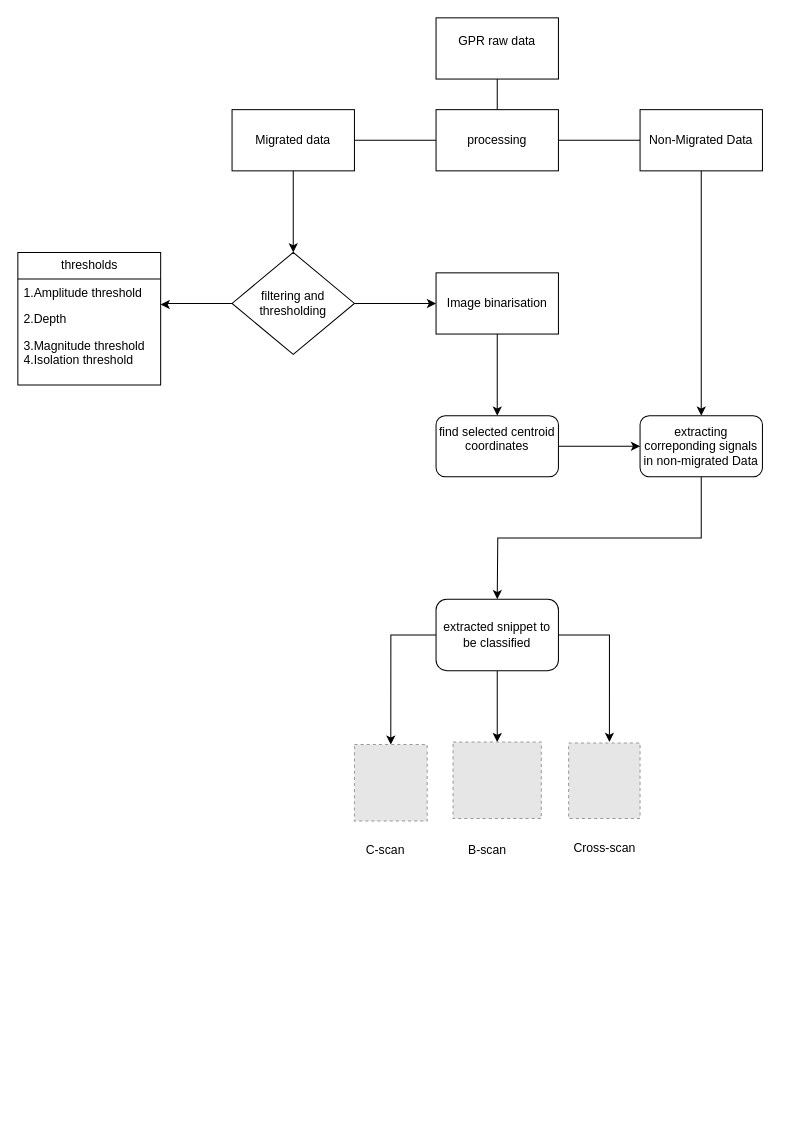
The draw.io diagram Diagramme sans nom.drawio in Sidiplayer/Animal-Traking, before the edit. Source tidied: cells renumbered, new cells numbered last; positions are measured from the earlier drawing's top-left corner, leaving out a move shared by most shapes. Both pictures are drawn from the tidied source at 102%, with x=0, y=0 at pixel (17, 17). Pictures stored in the file or linked from it are replaced by grey dashed boxes.
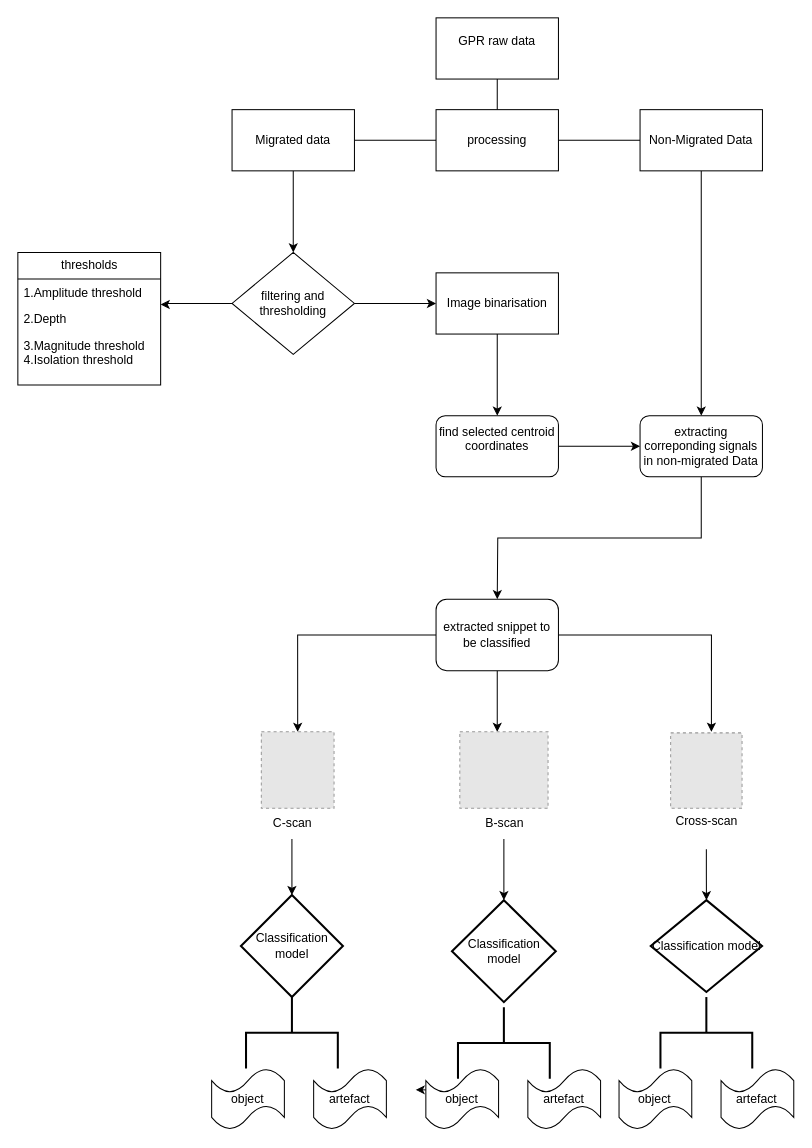
Above is the later version.

Commit message (it also covers changes not shown here):
Mettre à jour Diagramme sans nom.drawio

The edit, as a diff of the source:
```diff
@@
     <mxCell id="27" style="fillColor=#E6E6E6;strokeColor=#999999;dashed=1;verticalLabelPosition=bottom;labelBackgroundColor=default;verticalAlign=top;" parent="1" vertex="1">
-      <mxGeometry x="330" y="712.5" width="71.3" height="75" as="geometry" />
+      <mxGeometry x="238.7" y="700" width="71.3" height="75" as="geometry" />
     </mxCell>
     <mxCell id="28" style="fillColor=#E6E6E6;strokeColor=#999999;dashed=1;verticalLabelPosition=bottom;labelBackgroundColor=default;verticalAlign=top;" parent="1" vertex="1">
-      <mxGeometry x="426.7" y="710" width="86.5" height="75" as="geometry" />
+      <mxGeometry x="433.3" y="700" width="86.5" height="75" as="geometry" />
     </mxCell>
     <mxCell id="29" style="fillColor=#E6E6E6;strokeColor=#999999;dashed=1;verticalLabelPosition=bottom;labelBackgroundColor=default;verticalAlign=top;" parent="1" vertex="1">
-      <mxGeometry x="540" y="711" width="70" height="74" as="geometry" />
+      <mxGeometry x="640" y="701" width="70" height="74" as="geometry" />
     </mxCell>
+    <mxCell id="34" style="edgeStyle=orthogonalEdgeStyle;rounded=0;jettySize=auto;html=1;" parent="1" edge="1" source="30" target="37">
+      <mxGeometry relative="1" as="geometry" />
+    </mxCell>
     <mxCell id="30" value="C-scan" style="text;html=1;align=center;verticalAlign=middle;points=[];strokeColor=none;fillColor=none;" parent="1" vertex="1">
-      <mxGeometry x="330" y="800.5" width="60" height="30" as="geometry" />
+      <mxGeometry x="238.7" y="775" width="60" height="30" as="geometry" />
     </mxCell>
+    <mxCell id="35" style="edgeStyle=orthogonalEdgeStyle;rounded=0;jettySize=auto;html=1;" parent="1" edge="1" source="31" target="38">
+      <mxGeometry relative="1" as="geometry" />
+    </mxCell>
     <mxCell id="31" value="B-scan" style="text;html=1;align=center;verticalAlign=middle;points=[];strokeColor=none;fillColor=none;" parent="1" vertex="1">
-      <mxGeometry x="430" y="800.5" width="60" height="30" as="geometry" />
+      <mxGeometry x="446.5" y="775" width="60" height="30" as="geometry" />
     </mxCell>
+    <mxCell id="36" style="edgeStyle=orthogonalEdgeStyle;rounded=0;jettySize=auto;html=1;" parent="1" edge="1" source="32" target="39">
+      <mxGeometry relative="1" as="geometry" />
+    </mxCell>
     <mxCell id="32" value="&lt;div&gt;Cross-scan&lt;/div&gt;&lt;div&gt;&lt;br&gt;&lt;/div&gt;" style="text;html=1;align=center;verticalAlign=middle;points=[];strokeColor=none;fillColor=none;" parent="1" vertex="1">
-      <mxGeometry x="530" y="800.5" width="90" height="40" as="geometry" />
+      <mxGeometry x="630" y="775" width="90" height="40" as="geometry" />
     </mxCell>
@@
+    <mxCell id="37" value="Classification model" style="strokeWidth=2;html=1;shape=mxgraph.flowchart.decision;whiteSpace=wrap;" parent="1" vertex="1">
+      <mxGeometry x="218.7" y="860" width="100" height="100" as="geometry" />
+    </mxCell>
+    <mxCell id="38" value="Classification model" style="rhombus;whiteSpace=wrap;html=1;strokeWidth=2;" parent="1" vertex="1">
+      <mxGeometry x="425.6" y="865" width="101.8" height="100" as="geometry" />
+    </mxCell>
+    <mxCell id="39" value="Classification model " style="rhombus;whiteSpace=wrap;html=1;strokeWidth=2;" parent="1" vertex="1">
+      <mxGeometry x="620.5" y="865" width="109.1" height="90" as="geometry" />
+    </mxCell>
+    <mxCell id="40" value="artefact" style="shape=tape;whiteSpace=wrap;html=1;" parent="1" vertex="1">
+      <mxGeometry x="290" y="1030" width="71.3" height="60" as="geometry" />
+    </mxCell>
+    <mxCell id="41" value="object " style="shape=tape;whiteSpace=wrap;html=1;" parent="1" vertex="1">
+      <mxGeometry x="190" y="1030" width="71.3" height="60" as="geometry" />
+    </mxCell>
+    <mxCell id="42" style="strokeWidth=2;html=1;shape=mxgraph.flowchart.annotation_2;align=left;labelPosition=right;rotation=90;" parent="1" vertex="1">
+      <mxGeometry x="233.7" y="950" width="70" height="90" as="geometry" />
+    </mxCell>
+    <mxCell id="43" value="artefact" style="shape=tape;whiteSpace=wrap;html=1;" parent="1" vertex="1">
+      <mxGeometry x="500" y="1030" width="71.3" height="60" as="geometry" />
+    </mxCell>
+    <mxCell id="44" style="edgeStyle=orthogonalEdgeStyle;rounded=0;jettySize=auto;html=1;exitX=0;exitY=0.35;exitDx=0;exitDy=0;exitPerimeter=0;" parent="1" edge="1" source="45">
+      <mxGeometry relative="1" as="geometry">
+        <mxPoint x="390" y="1051.1" as="targetPoint" />
+      </mxGeometry>
+    </mxCell>
+    <mxCell id="45" value="object " style="shape=tape;whiteSpace=wrap;html=1;" parent="1" vertex="1">
+      <mxGeometry x="400" y="1030" width="71.3" height="60" as="geometry" />
+    </mxCell>
+    <mxCell id="46" style="strokeWidth=2;html=1;shape=mxgraph.flowchart.annotation_2;align=left;labelPosition=right;rotation=90;" parent="1" vertex="1">
+      <mxGeometry x="441.5" y="960" width="70" height="90" as="geometry" />
+    </mxCell>
+    <mxCell id="47" style="strokeWidth=2;html=1;shape=mxgraph.flowchart.annotation_2;align=left;labelPosition=right;rotation=90;" parent="1" vertex="1">
+      <mxGeometry x="640" y="950" width="70" height="90" as="geometry" />
+    </mxCell>
+    <mxCell id="48" value="artefact" style="shape=tape;whiteSpace=wrap;html=1;" parent="1" vertex="1">
+      <mxGeometry x="689.4" y="1030" width="71.3" height="60" as="geometry" />
+    </mxCell>
+    <mxCell id="49" value="object " style="shape=tape;whiteSpace=wrap;html=1;" parent="1" vertex="1">
+      <mxGeometry x="589.4" y="1030" width="71.3" height="60" as="geometry" />
+    </mxCell>
```
